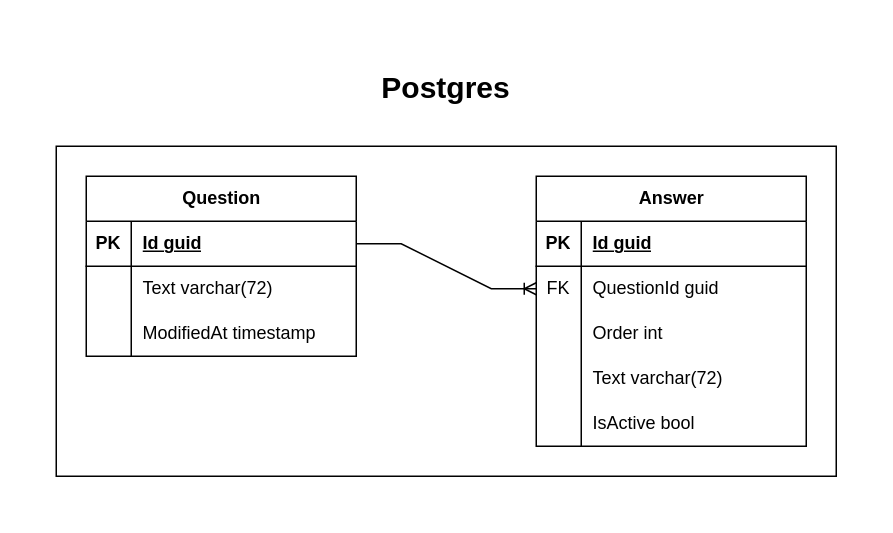
This is diagrams/backend.drawio from tymoteusz-merito-80350/merito.quiz, a draw.io file, before an edit. Source tidied: cells renumbered, new cells numbered last; positions are measured from the earlier drawing's top-left corner, leaving out a move shared by most shapes. Both pictures are drawn from the tidied source at 150%, with x=0, y=0 at pixel (56, 56).
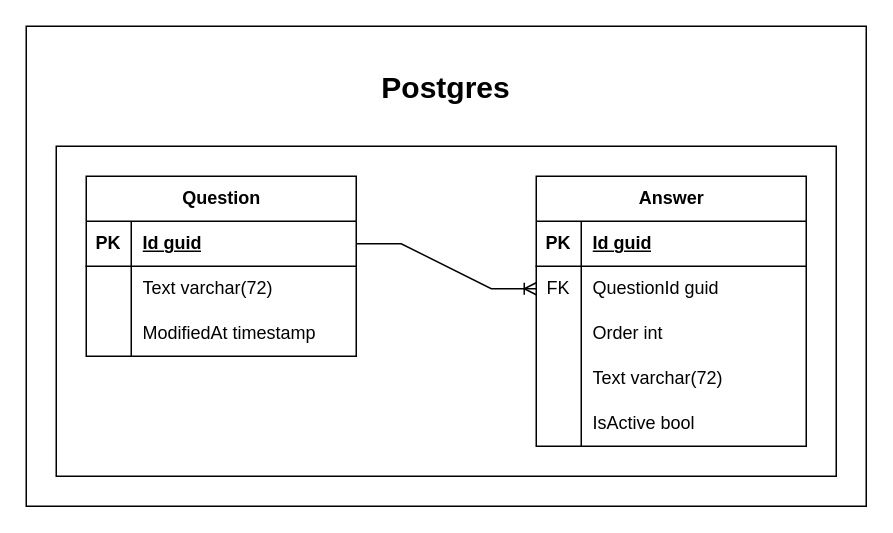
Above is the later version.

The edit, as a diff of the source:
```diff
@@
+    <mxCell id="31" style="rounded=0;whiteSpace=wrap;html=1;" parent="1" vertex="1">
+      <mxGeometry x="-20" y="-20" width="560" height="320" as="geometry" />
+    </mxCell>
```
